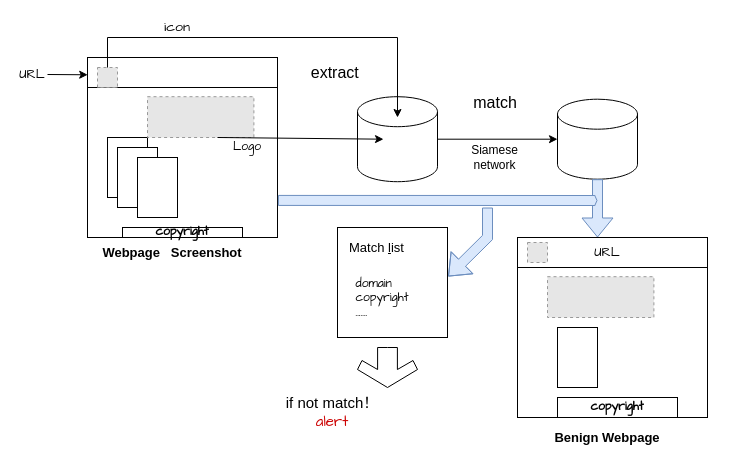
Before: 未命名绘图.drawio in Xiaoxiaodewo89/v2ray-agent, a draw.io diagram. Source tidied: cells renumbered, new cells numbered last; positions are measured from the earlier drawing's top-left corner, leaving out a move shared by most shapes. Both pictures are drawn from the tidied source at 100%, with x=0, y=0 at pixel (17, 17). Pictures stored in the file or linked from it are replaced by grey dashed boxes.
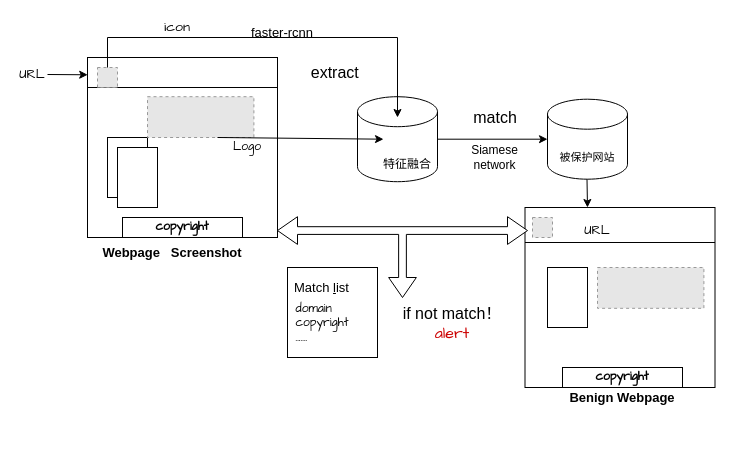
The same page after the edit.

Commit message:
更新未命名绘图.drawio

Unchanged cells that the change refers to:
```xml
<mxCell id="3" style="rounded=0;whiteSpace=wrap;html=1;" parent="1" vertex="1">
  <mxGeometry x="70" y="40" width="190" height="180" as="geometry" />
</mxCell>
```

Change to the diagram source:
```diff
@@
-    <mxCell id="7" style="rounded=0;whiteSpace=wrap;html=1;" parent="1" vertex="1">
-      <mxGeometry x="120" y="140" width="40" height="60" as="geometry" />
-    </mxCell>
@@
     <mxCell id="17" style="shape=cylinder3;whiteSpace=wrap;html=1;boundedLbl=1;backgroundOutline=1;size=15;" parent="1" vertex="1">
-      <mxGeometry x="540" y="81.7" width="80" height="80" as="geometry" />
+      <mxGeometry x="530" y="81.7" width="80" height="80" as="geometry" />
     </mxCell>
@@
     <mxCell id="19" value="match" style="text;html=1;align=center;verticalAlign=middle;whiteSpace=wrap;rounded=0;fontSize=16;" parent="1" vertex="1">
-      <mxGeometry x="447.5" y="70" width="60" height="30" as="geometry" />
+      <mxGeometry x="447.5" y="85" width="60" height="30" as="geometry" />
     </mxCell>
-    <mxCell id="20" style="shape=flexArrow;endArrow=classic;html=1;rounded=0;fillColor=#dae8fc;strokeColor=#6c8ebf;exitX=0.5;exitY=1;exitDx=0;exitDy=0;exitPerimeter=0;" parent="1" edge="1" source="17">
-      <mxGeometry relative="1" as="geometry">
-        <mxPoint x="580" y="220" as="targetPoint" />
-      </mxGeometry>
-    </mxCell>
     <mxCell id="21" style="rounded=0;whiteSpace=wrap;html=1;" parent="1" vertex="1">
-      <mxGeometry x="500" y="220" width="190" height="180" as="geometry" />
+      <mxGeometry x="507.5" y="190" width="190" height="180" as="geometry" />
     </mxCell>
     <mxCell id="22" style="endArrow=none;html=1;rounded=0;entryX=1;entryY=0.25;entryDx=0;entryDy=0;exitX=0;exitY=0.25;exitDx=0;exitDy=0;" parent="1" edge="1">
       <mxGeometry relative="1" as="geometry">
-        <mxPoint x="500" y="250" as="sourcePoint" />
-        <mxPoint x="690" y="250" as="targetPoint" />
+        <mxPoint x="507.5" y="225" as="sourcePoint" />
+        <mxPoint x="697.5" y="225" as="targetPoint" />
       </mxGeometry>
     </mxCell>
     <mxCell id="23" style="rounded=0;whiteSpace=wrap;html=1;" parent="1" vertex="1">
-      <mxGeometry x="540" y="310" width="40" height="60" as="geometry" />
+      <mxGeometry x="530" y="250" width="40" height="60" as="geometry" />
     </mxCell>
     <mxCell id="24" style="fillColor=#E6E6E6;strokeColor=#999999;dashed=1;verticalLabelPosition=bottom;verticalAlign=top;" parent="1" vertex="1">
-      <mxGeometry x="530" y="259.2" width="106.4" height="40.8" as="geometry" />
+      <mxGeometry x="580" y="250" width="106.4" height="40.8" as="geometry" />
     </mxCell>
     <mxCell id="25" style="fillColor=#E6E6E6;strokeColor=#999999;dashed=1;verticalLabelPosition=bottom;verticalAlign=top;" parent="1" vertex="1">
-      <mxGeometry x="510" y="225" width="20" height="20" as="geometry" />
+      <mxGeometry x="515" y="200" width="20" height="20" as="geometry" />
     </mxCell>
     <mxCell id="26" value="copyright" style="rounded=0;whiteSpace=wrap;html=1;fontFamily=Comic Sans MS;fontStyle=1;" parent="1" vertex="1">
-      <mxGeometry x="105" y="210" width="120" height="10" as="geometry" />
+      <mxGeometry x="105" y="200" width="120" height="20" as="geometry" />
     </mxCell>
     <mxCell id="27" value="copyright" style="rounded=0;whiteSpace=wrap;html=1;fontFamily=Comic Sans MS;fontStyle=1;" parent="1" vertex="1">
-      <mxGeometry x="540" y="380" width="120" height="20" as="geometry" />
+      <mxGeometry x="545" y="350" width="120" height="20" as="geometry" />
     </mxCell>
@@
     <mxCell id="29" value="URL" style="text;html=1;align=center;verticalAlign=middle;whiteSpace=wrap;rounded=0;fontFamily=Comic Sans MS;fontSize=13;" parent="1" vertex="1">
-      <mxGeometry x="560" y="222.5" width="60" height="25" as="geometry" />
+      <mxGeometry x="550" y="200" width="60" height="25" as="geometry" />
     </mxCell>
     <mxCell id="30" value="Benign Webpage" style="text;strokeColor=none;align=center;fillColor=none;html=1;verticalAlign=middle;whiteSpace=wrap;rounded=0;fontStyle=1;fontSize=13;" parent="1" vertex="1">
-      <mxGeometry x="515" y="410" width="150" height="20" as="geometry" />
+      <mxGeometry x="530" y="370" width="150" height="20" as="geometry" />
     </mxCell>
@@
-    <mxCell id="32" style="shape=flexArrow;endArrow=classic;html=1;rounded=0;exitX=1.002;exitY=0.794;exitDx=0;exitDy=0;labelBackgroundColor=#66B2FF;textShadow=1;exitPerimeter=0;fillColor=#dae8fc;strokeColor=#6c8ebf;endWidth=0;endSize=0.48;" parent="1" edge="1" source="3">
-      <mxGeometry relative="1" as="geometry">
-        <mxPoint x="580" y="183" as="targetPoint" />
-      </mxGeometry>
-    </mxCell>
     <mxCell id="33" style="whiteSpace=wrap;html=1;" parent="1" vertex="1">
-      <mxGeometry x="320" y="210" width="110" height="110" as="geometry" />
+      <mxGeometry x="270" y="250" width="90" height="90" as="geometry" />
     </mxCell>
     <mxCell id="34" value="Match &lt;u style=&quot;font-size: 13px;&quot;&gt;l&lt;/u&gt;ist" style="text;html=1;align=left;verticalAlign=middle;whiteSpace=wrap;rounded=0;fontSize=13;" parent="1" vertex="1">
-      <mxGeometry x="330" y="220" width="80" height="20.8" as="geometry" />
+      <mxGeometry x="275" y="259.2" width="60" height="20.8" as="geometry" />
     </mxCell>
     <mxCell id="35" value="&lt;div style=&quot;text-align: left;&quot;&gt;&lt;span style=&quot;background-color: initial;&quot;&gt;domain&lt;/span&gt;&lt;/div&gt;&lt;div style=&quot;text-align: left;&quot;&gt;copyright&lt;/div&gt;&lt;div style=&quot;text-align: left;&quot;&gt;.......&lt;/div&gt;&lt;div&gt;&lt;br&gt;&lt;/div&gt;" style="text;html=1;align=center;verticalAlign=middle;whiteSpace=wrap;rounded=0;fontFamily=Comic Sans MS;" parent="1" vertex="1">
-      <mxGeometry x="330" y="260" width="70" height="55" as="geometry" />
+      <mxGeometry x="270" y="285" width="70" height="55" as="geometry" />
     </mxCell>
@@
-    <mxCell id="37" style="shape=flexArrow;endArrow=classic;html=1;rounded=0;fillColor=#dae8fc;strokeColor=#6c8ebf;entryX=1.006;entryY=0.445;entryDx=0;entryDy=0;entryPerimeter=0;" parent="1" edge="1" target="33">
-      <mxGeometry relative="1" as="geometry">
-        <mxPoint x="470" y="190" as="sourcePoint" />
-        <Array as="points">
-          <mxPoint x="470" y="220" />
-        </Array>
-      </mxGeometry>
-    </mxCell>
-    <mxCell id="38" style="html=1;shadow=0;dashed=0;align=center;verticalAlign=middle;shape=mxgraph.arrows2.sharpArrow2;dy1=0.67;dx1=18;dx2=18;dy3=0.15;dx3=27;notch=0;direction=south;" parent="1" vertex="1">
-      <mxGeometry x="340" y="330" width="60" height="40" as="geometry" />
-    </mxCell>
-    <mxCell id="39" value="&lt;font style=&quot;font-size: 15px;&quot;&gt;if not match！ &lt;font color=&quot;#cc0000&quot; style=&quot;font-size: 15px;&quot; face=&quot;Comic Sans MS&quot;&gt;alert&lt;/font&gt;&lt;/font&gt;" style="text;html=1;align=center;verticalAlign=middle;whiteSpace=wrap;rounded=0;" parent="1" vertex="1">
-      <mxGeometry x="260" y="380" width="110" height="30" as="geometry" />
+    <mxCell id="39" value="&lt;font style=&quot;font-size: 16px;&quot;&gt;if not match！ &lt;font color=&quot;#cc0000&quot; style=&quot;font-size: 16px;&quot; face=&quot;Comic Sans MS&quot;&gt;alert&lt;/font&gt;&lt;/font&gt;" style="text;html=1;align=center;verticalAlign=middle;whiteSpace=wrap;rounded=0;fontSize=16;" parent="1" vertex="1">
+      <mxGeometry x="380" y="290.8" width="110" height="30" as="geometry" />
     </mxCell>
+    <mxCell id="40" value="faster-rcnn" style="text;html=1;align=center;verticalAlign=middle;whiteSpace=wrap;rounded=0;fontSize=13;" parent="1" vertex="1">
+      <mxGeometry x="230" width="70" height="30" as="geometry" />
+    </mxCell>
+    <mxCell id="41" value="特征融合" style="text;html=1;align=center;verticalAlign=middle;whiteSpace=wrap;rounded=0;" parent="1" vertex="1">
+      <mxGeometry x="360" y="131.7" width="60" height="30" as="geometry" />
+    </mxCell>
+    <mxCell id="42" value="被保护网站" style="text;html=1;align=center;verticalAlign=middle;whiteSpace=wrap;rounded=0;fontSize=11;" parent="1" vertex="1">
+      <mxGeometry x="540" y="125" width="60" height="30" as="geometry" />
+    </mxCell>
+    <mxCell id="43" style="endArrow=classic;html=1;rounded=0;" parent="1" edge="1">
+      <mxGeometry relative="1" as="geometry">
+        <mxPoint x="569.5" y="161.7" as="sourcePoint" />
+        <mxPoint x="570" y="190" as="targetPoint" />
+      </mxGeometry>
+    </mxCell>
+    <mxCell id="44" style="html=1;shadow=0;dashed=0;align=center;verticalAlign=middle;shape=mxgraph.arrows2.triadArrow;dy=10;dx=20;arrowHead=27.72;rotation=-180;whiteSpace=wrap;labelBorderColor=default;" parent="1" vertex="1">
+      <mxGeometry x="260" y="199.2" width="250" height="80.8" as="geometry" />
+    </mxCell>
```
